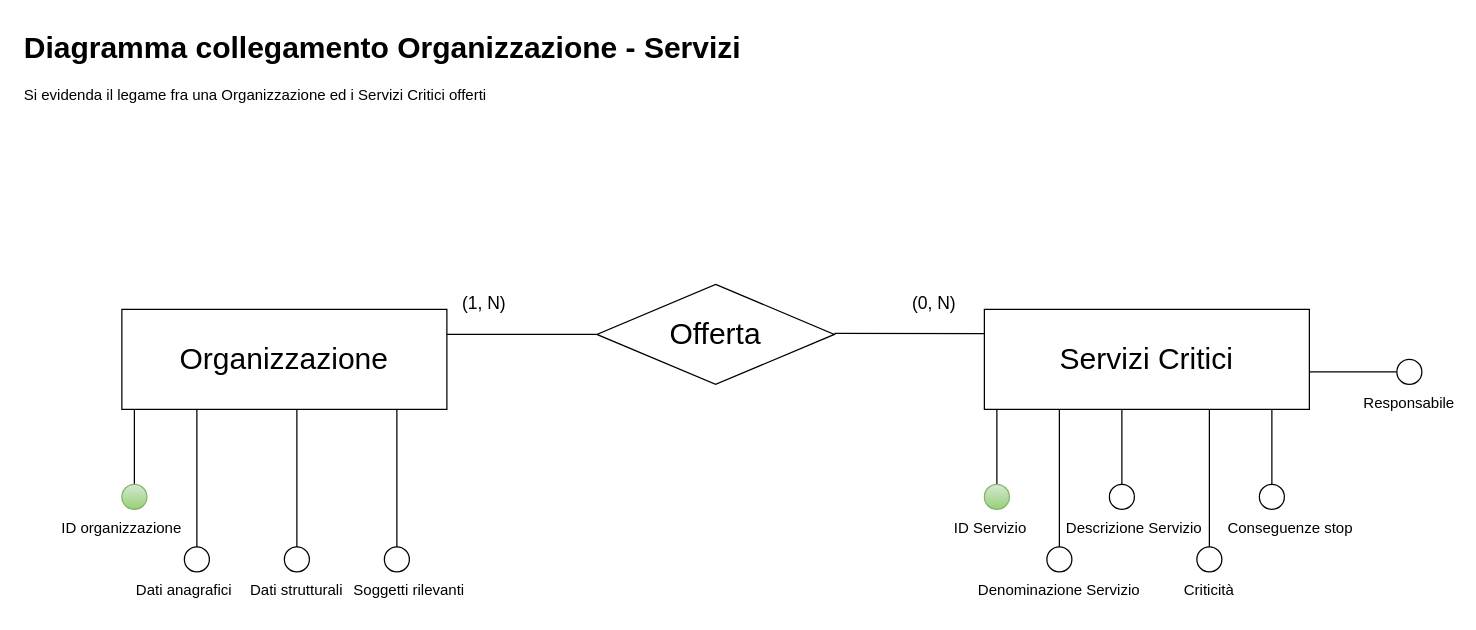
Earlier version of the draw.io diagram Modello concettuale/03 Diagramma collegamento Organizzazione - Servizi.drawio (maurizion71/progetto). Source tidied: cells renumbered, new cells numbered last; positions are measured from the earlier drawing's top-left corner, leaving out a move shared by most shapes. Both pictures are drawn from the tidied source at 125%, with x=0, y=0 at pixel (21, 21).
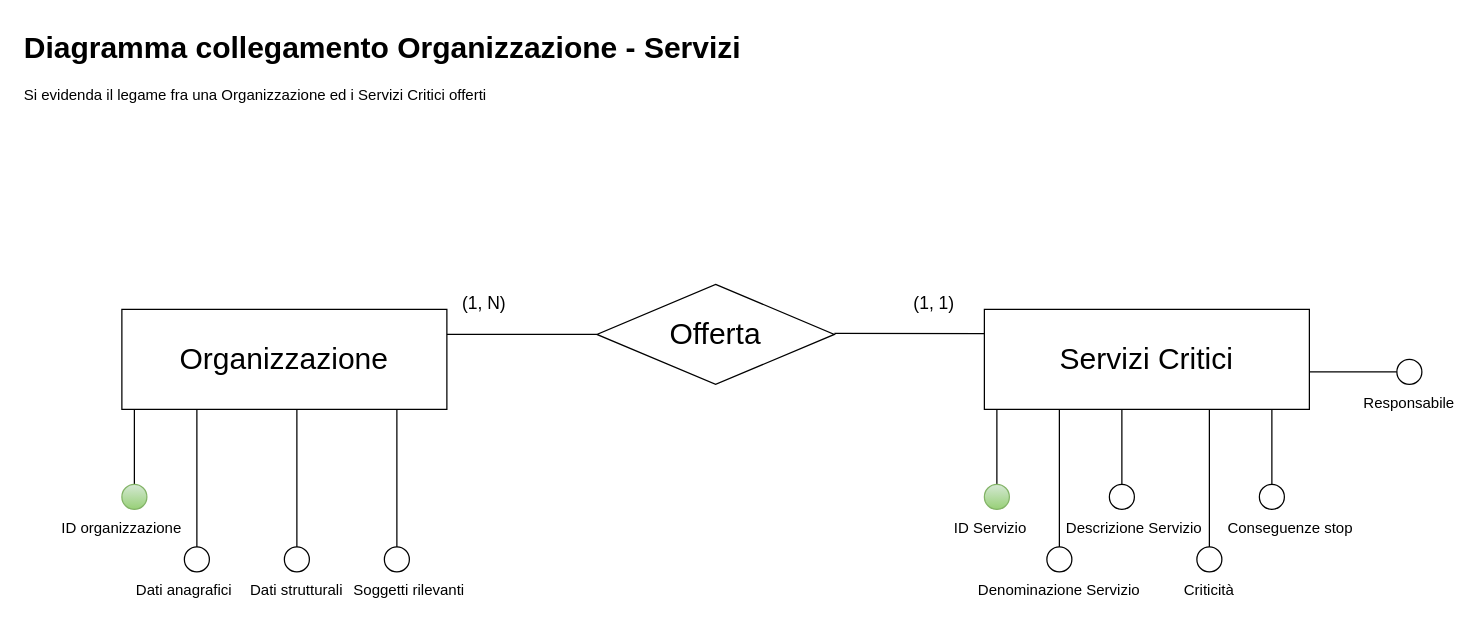
After the change.

Commit message (it also covers changes not shown here):
Variazione collegamento organizzazione - servizi Inserimento diagramma per i dati anagrafici dell'organizzazione

Diff of the diagram source:
```diff
@@
-    <mxCell id="39" value="&lt;font style=&quot;font-size: 14px;&quot;&gt;(0, N)&lt;/font&gt;" style="text;html=1;whiteSpace=wrap;strokeColor=none;fillColor=none;align=center;verticalAlign=middle;rounded=0;" parent="1" vertex="1">
-      <mxGeometry x="700" y="210" width="60" height="30" as="geometry" />
-    </mxCell>
+    <mxCell id="40" value="&lt;font style=&quot;font-size: 14px;&quot;&gt;(1, 1)&lt;/font&gt;" style="text;html=1;whiteSpace=wrap;strokeColor=none;fillColor=none;align=center;verticalAlign=middle;rounded=0;" parent="1" vertex="1">
+      <mxGeometry x="700" y="210" width="60" height="30" as="geometry" />
+    </mxCell>
```
